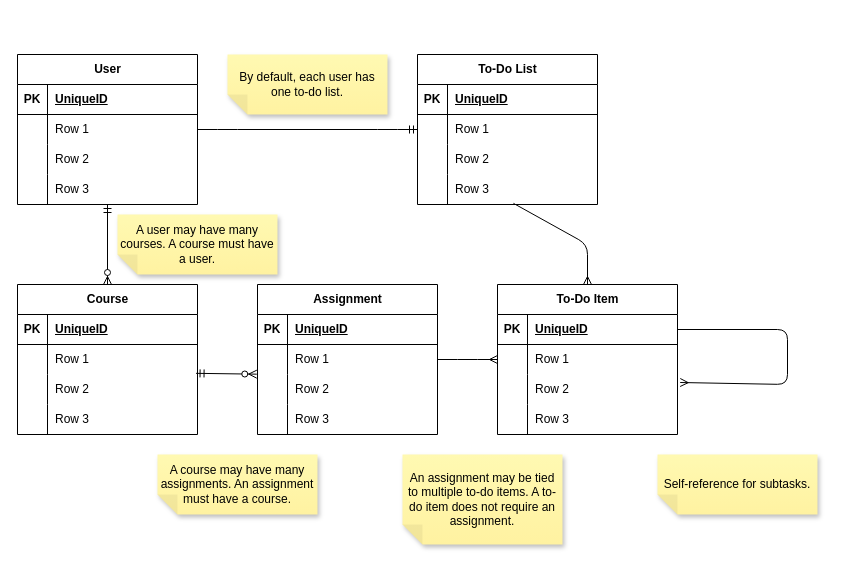
MateoTomaszeuski/Spring2025-FinalProject keeps this draw.io diagram as notion/cloud_mobile/planning/database.drawio. Above is the earlier version. Source tidied: cells renumbered, new cells numbered last; positions are measured from the earlier drawing's top-left corner, leaving out a move shared by most shapes. Both pictures are drawn from the tidied source at 100%, with x=0, y=0 at pixel (17, 54).
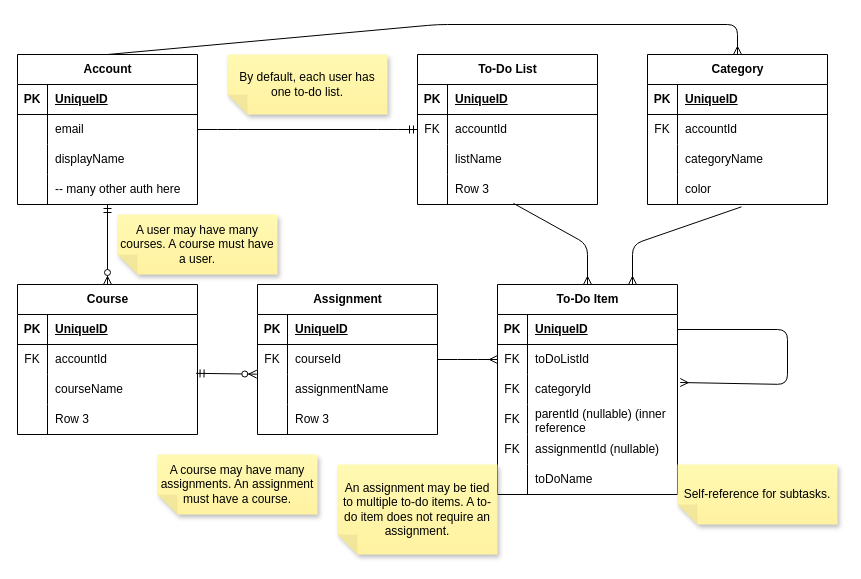
The same page after the edit.

The change refers to these unchanged cells:
```xml
<mxCell id="6" style="shape=tableRow;horizontal=0;startSize=0;swimlaneHead=0;swimlaneBody=0;fillColor=none;points=[[0,0.5],[1,0.5]];portConstraint=eastwest;top=0;left=0;right=0;bottom=0;" parent="2" vertex="1">
  <mxGeometry y="60" width="180" height="30" as="geometry" />
</mxCell>
<mxCell id="9" style="shape=tableRow;horizontal=0;startSize=0;swimlaneHead=0;swimlaneBody=0;fillColor=none;points=[[0,0.5],[1,0.5]];portConstraint=eastwest;top=0;left=0;right=0;bottom=0;" parent="2" vertex="1">
  <mxGeometry y="90" width="180" height="30" as="geometry" />
</mxCell>
<mxCell id="19" style="shape=tableRow;horizontal=0;startSize=0;swimlaneHead=0;swimlaneBody=0;fillColor=none;points=[[0,0.5],[1,0.5]];portConstraint=eastwest;top=0;left=0;right=0;bottom=0;" parent="15" vertex="1">
  <mxGeometry y="60" width="180" height="30" as="geometry" />
</mxCell>
<mxCell id="22" style="shape=tableRow;horizontal=0;startSize=0;swimlaneHead=0;swimlaneBody=0;fillColor=none;top=0;left=0;right=0;bottom=0;" parent="15" vertex="1">
  <mxGeometry y="90" width="180" height="30" as="geometry" />
</mxCell>
<mxCell id="25" style="shape=tableRow;horizontal=0;startSize=0;swimlaneHead=0;swimlaneBody=0;fillColor=none;points=[[0,0.5],[1,0.5]];portConstraint=eastwest;top=0;left=0;right=0;bottom=0;" parent="15" vertex="1">
  <mxGeometry y="120" width="180" height="30" as="geometry" />
</mxCell>
<mxCell id="32" style="shape=tableRow;horizontal=0;startSize=0;swimlaneHead=0;swimlaneBody=0;fillColor=none;points=[[0,0.5],[1,0.5]];portConstraint=eastwest;top=0;left=0;right=0;bottom=0;" parent="28" vertex="1">
  <mxGeometry y="60" width="180" height="30" as="geometry" />
</mxCell>
<mxCell id="35" style="shape=tableRow;horizontal=0;startSize=0;swimlaneHead=0;swimlaneBody=0;fillColor=none;top=0;left=0;right=0;bottom=0;" parent="28" vertex="1">
  <mxGeometry y="90" width="180" height="30" as="geometry" />
</mxCell>
<mxCell id="45" style="shape=tableRow;horizontal=0;startSize=0;swimlaneHead=0;swimlaneBody=0;fillColor=none;points=[[0,0.5],[1,0.5]];portConstraint=eastwest;top=0;left=0;right=0;bottom=0;" parent="41" vertex="1">
  <mxGeometry y="60" width="180" height="30" as="geometry" />
</mxCell>
<mxCell id="48" style="shape=tableRow;horizontal=0;startSize=0;swimlaneHead=0;swimlaneBody=0;fillColor=none;points=[[0,0.5],[1,0.5]];portConstraint=eastwest;top=0;left=0;right=0;bottom=0;" parent="41" vertex="1">
  <mxGeometry y="90" width="180" height="30" as="geometry" />
</mxCell>
<mxCell id="51" style="shape=tableRow;horizontal=0;startSize=0;swimlaneHead=0;swimlaneBody=0;fillColor=none;top=0;left=0;right=0;bottom=0;" parent="41" vertex="1">
  <mxGeometry y="120" width="180" height="30" as="geometry" />
</mxCell>
<mxCell id="59" style="shape=tableRow;horizontal=0;startSize=0;swimlaneHead=0;swimlaneBody=0;fillColor=none;points=[[0,0.5],[1,0.5]];portConstraint=eastwest;top=0;left=0;right=0;bottom=0;" parent="55" vertex="1">
  <mxGeometry y="60" width="180" height="30" as="geometry" />
</mxCell>
<mxCell id="62" style="shape=tableRow;horizontal=0;startSize=0;swimlaneHead=0;swimlaneBody=0;fillColor=none;top=0;left=0;right=0;bottom=0;" parent="55" vertex="1">
  <mxGeometry y="90" width="180" height="30" as="geometry" />
</mxCell>
```

The edit, as a diff of the source:
```diff
@@
-    <mxCell id="7" style="shape=partialRectangle;fillColor=none;top=0;left=0;bottom=0;right=0;overflow=hidden;whiteSpace=wrap;html=1;" parent="6" vertex="1">
+    <mxCell id="7" value="FK" style="shape=partialRectangle;fillColor=none;top=0;left=0;bottom=0;right=0;overflow=hidden;whiteSpace=wrap;html=1;" parent="6" vertex="1">
       <mxGeometry width="30" height="30" as="geometry" />
     </mxCell>
-    <mxCell id="8" value="Row 1" style="shape=partialRectangle;fillColor=none;top=0;left=0;bottom=0;right=0;align=left;spacingLeft=6;overflow=hidden;whiteSpace=wrap;html=1;" parent="6" vertex="1">
+    <mxCell id="8" value="courseId" style="shape=partialRectangle;fillColor=none;top=0;left=0;bottom=0;right=0;align=left;spacingLeft=6;overflow=hidden;whiteSpace=wrap;html=1;" parent="6" vertex="1">
       <mxGeometry x="30" width="150" height="30" as="geometry" />
     </mxCell>
@@
-    <mxCell id="11" value="Row 2" style="shape=partialRectangle;fillColor=none;top=0;left=0;bottom=0;right=0;align=left;spacingLeft=6;overflow=hidden;whiteSpace=wrap;html=1;" parent="9" vertex="1">
+    <mxCell id="11" value="assignmentName" style="shape=partialRectangle;fillColor=none;top=0;left=0;bottom=0;right=0;align=left;spacingLeft=6;overflow=hidden;whiteSpace=wrap;html=1;" parent="9" vertex="1">
       <mxGeometry x="30" width="150" height="30" as="geometry" />
     </mxCell>
@@
-    <mxCell id="15" value="User" style="shape=table;startSize=30;childLayout=tableLayout;rowLines=0;fontStyle=1;align=center;html=1;" parent="1" vertex="1">
+    <mxCell id="15" value="Account" style="shape=table;startSize=30;childLayout=tableLayout;rowLines=0;fontStyle=1;align=center;html=1;" parent="1" vertex="1">
       <mxGeometry width="180" height="150" as="geometry" />
     </mxCell>
@@
-    <mxCell id="21" value="Row 1" style="shape=partialRectangle;fillColor=none;top=0;left=0;bottom=0;right=0;align=left;spacingLeft=6;overflow=hidden;whiteSpace=wrap;html=1;" parent="19" vertex="1">
+    <mxCell id="21" value="email" style="shape=partialRectangle;fillColor=none;top=0;left=0;bottom=0;right=0;align=left;spacingLeft=6;overflow=hidden;whiteSpace=wrap;html=1;" parent="19" vertex="1">
       <mxGeometry x="30" width="150" height="30" as="geometry" />
     </mxCell>
@@
-    <mxCell id="24" value="Row 2" style="shape=partialRectangle;fillColor=none;top=0;left=0;bottom=0;right=0;align=left;spacingLeft=6;overflow=hidden;whiteSpace=wrap;html=1;" parent="22" vertex="1">
+    <mxCell id="24" value="displayName" style="shape=partialRectangle;fillColor=none;top=0;left=0;bottom=0;right=0;align=left;spacingLeft=6;overflow=hidden;whiteSpace=wrap;html=1;" parent="22" vertex="1">
       <mxGeometry x="30" width="150" height="30" as="geometry" />
     </mxCell>
@@
-    <mxCell id="27" value="Row 3" style="shape=partialRectangle;fillColor=none;top=0;left=0;bottom=0;right=0;align=left;spacingLeft=6;overflow=hidden;whiteSpace=wrap;html=1;" parent="25" vertex="1">
+    <mxCell id="27" value="-- many other auth here" style="shape=partialRectangle;fillColor=none;top=0;left=0;bottom=0;right=0;align=left;spacingLeft=6;overflow=hidden;whiteSpace=wrap;html=1;" parent="25" vertex="1">
       <mxGeometry x="30" width="150" height="30" as="geometry" />
     </mxCell>
@@
-    <mxCell id="33" style="shape=partialRectangle;fillColor=none;top=0;left=0;bottom=0;right=0;overflow=hidden;whiteSpace=wrap;html=1;" parent="32" vertex="1">
+    <mxCell id="33" value="FK" style="shape=partialRectangle;fillColor=none;top=0;left=0;bottom=0;right=0;overflow=hidden;whiteSpace=wrap;html=1;" parent="32" vertex="1">
       <mxGeometry width="30" height="30" as="geometry" />
     </mxCell>
-    <mxCell id="34" value="Row 1" style="shape=partialRectangle;fillColor=none;top=0;left=0;bottom=0;right=0;align=left;spacingLeft=6;overflow=hidden;whiteSpace=wrap;html=1;" parent="32" vertex="1">
+    <mxCell id="34" value="accountId" style="shape=partialRectangle;fillColor=none;top=0;left=0;bottom=0;right=0;align=left;spacingLeft=6;overflow=hidden;whiteSpace=wrap;html=1;" parent="32" vertex="1">
       <mxGeometry x="30" width="150" height="30" as="geometry" />
     </mxCell>
@@
-    <mxCell id="37" value="Row 2" style="shape=partialRectangle;fillColor=none;top=0;left=0;bottom=0;right=0;align=left;spacingLeft=6;overflow=hidden;whiteSpace=wrap;html=1;" parent="35" vertex="1">
+    <mxCell id="37" value="listName" style="shape=partialRectangle;fillColor=none;top=0;left=0;bottom=0;right=0;align=left;spacingLeft=6;overflow=hidden;whiteSpace=wrap;html=1;" parent="35" vertex="1">
       <mxGeometry x="30" width="150" height="30" as="geometry" />
     </mxCell>
@@
     <mxCell id="41" value="To-Do Item" style="shape=table;startSize=30;childLayout=tableLayout;rowLines=0;fontStyle=1;align=center;html=1;" parent="1" vertex="1">
-      <mxGeometry x="480" y="230" width="180" height="150" as="geometry" />
+      <mxGeometry x="480" y="230" width="180" height="210" as="geometry" />
     </mxCell>
@@
-    <mxCell id="46" style="shape=partialRectangle;fillColor=none;top=0;left=0;bottom=0;right=0;overflow=hidden;whiteSpace=wrap;html=1;" parent="45" vertex="1">
+    <mxCell id="46" value="FK" style="shape=partialRectangle;fillColor=none;top=0;left=0;bottom=0;right=0;overflow=hidden;whiteSpace=wrap;html=1;" parent="45" vertex="1">
       <mxGeometry width="30" height="30" as="geometry" />
     </mxCell>
-    <mxCell id="47" value="Row 1" style="shape=partialRectangle;fillColor=none;top=0;left=0;bottom=0;right=0;align=left;spacingLeft=6;overflow=hidden;whiteSpace=wrap;html=1;" parent="45" vertex="1">
+    <mxCell id="47" value="toDoListId" style="shape=partialRectangle;fillColor=none;top=0;left=0;bottom=0;right=0;align=left;spacingLeft=6;overflow=hidden;whiteSpace=wrap;html=1;" parent="45" vertex="1">
       <mxGeometry x="30" width="150" height="30" as="geometry" />
     </mxCell>
@@
-    <mxCell id="49" style="shape=partialRectangle;fillColor=none;top=0;left=0;bottom=0;right=0;overflow=hidden;whiteSpace=wrap;html=1;" parent="48" vertex="1">
+    <mxCell id="49" value="FK" style="shape=partialRectangle;fillColor=none;top=0;left=0;bottom=0;right=0;overflow=hidden;whiteSpace=wrap;html=1;" parent="48" vertex="1">
       <mxGeometry width="30" height="30" as="geometry" />
     </mxCell>
-    <mxCell id="50" value="Row 2" style="shape=partialRectangle;fillColor=none;top=0;left=0;bottom=0;right=0;align=left;spacingLeft=6;overflow=hidden;whiteSpace=wrap;html=1;" parent="48" vertex="1">
+    <mxCell id="50" value="categoryId" style="shape=partialRectangle;fillColor=none;top=0;left=0;bottom=0;right=0;align=left;spacingLeft=6;overflow=hidden;whiteSpace=wrap;html=1;" parent="48" vertex="1">
       <mxGeometry x="30" width="150" height="30" as="geometry" />
     </mxCell>
@@
-    <mxCell id="52" style="shape=partialRectangle;fillColor=none;top=0;left=0;bottom=0;right=0;overflow=hidden;whiteSpace=wrap;html=1;" parent="51" vertex="1">
+    <mxCell id="52" value="FK" style="shape=partialRectangle;fillColor=none;top=0;left=0;bottom=0;right=0;overflow=hidden;whiteSpace=wrap;html=1;" parent="51" vertex="1">
       <mxGeometry width="30" height="30" as="geometry" />
     </mxCell>
-    <mxCell id="53" value="Row 3" style="shape=partialRectangle;fillColor=none;top=0;left=0;bottom=0;right=0;align=left;spacingLeft=6;overflow=hidden;whiteSpace=wrap;html=1;" parent="51" vertex="1">
+    <mxCell id="53" value="parentId (nullable) (inner reference" style="shape=partialRectangle;fillColor=none;top=0;left=0;bottom=0;right=0;align=left;spacingLeft=6;overflow=hidden;whiteSpace=wrap;html=1;" parent="51" vertex="1">
       <mxGeometry x="30" width="150" height="30" as="geometry" />
     </mxCell>
@@
+    <mxCell id="78" style="shape=tableRow;horizontal=0;startSize=0;swimlaneHead=0;swimlaneBody=0;fillColor=none;top=0;left=0;right=0;bottom=0;" parent="41" vertex="1">
+      <mxGeometry y="150" width="180" height="30" as="geometry" />
+    </mxCell>
+    <mxCell id="79" value="FK" style="shape=partialRectangle;fillColor=none;top=0;left=0;bottom=0;right=0;overflow=hidden;whiteSpace=wrap;html=1;" parent="78" vertex="1">
+      <mxGeometry width="30" height="30" as="geometry" />
+    </mxCell>
+    <mxCell id="80" value="assignmentId (nullable)" style="shape=partialRectangle;fillColor=none;top=0;left=0;bottom=0;right=0;align=left;spacingLeft=6;overflow=hidden;whiteSpace=wrap;html=1;" parent="78" vertex="1">
+      <mxGeometry x="30" width="150" height="30" as="geometry" />
+    </mxCell>
+    <mxCell id="81" style="shape=tableRow;horizontal=0;startSize=0;swimlaneHead=0;swimlaneBody=0;fillColor=none;top=0;left=0;right=0;bottom=0;" parent="41" vertex="1">
+      <mxGeometry y="180" width="180" height="30" as="geometry" />
+    </mxCell>
+    <mxCell id="82" style="shape=partialRectangle;fillColor=none;top=0;left=0;bottom=0;right=0;overflow=hidden;whiteSpace=wrap;html=1;" parent="81" vertex="1">
+      <mxGeometry width="30" height="30" as="geometry" />
+    </mxCell>
+    <mxCell id="83" value="toDoName" style="shape=partialRectangle;fillColor=none;top=0;left=0;bottom=0;right=0;align=left;spacingLeft=6;overflow=hidden;whiteSpace=wrap;html=1;" parent="81" vertex="1">
+      <mxGeometry x="30" width="150" height="30" as="geometry" />
+    </mxCell>
@@
-    <mxCell id="60" style="shape=partialRectangle;fillColor=none;top=0;left=0;bottom=0;right=0;overflow=hidden;whiteSpace=wrap;html=1;" parent="59" vertex="1">
+    <mxCell id="60" value="FK" style="shape=partialRectangle;fillColor=none;top=0;left=0;bottom=0;right=0;overflow=hidden;whiteSpace=wrap;html=1;" parent="59" vertex="1">
       <mxGeometry width="30" height="30" as="geometry" />
     </mxCell>
-    <mxCell id="61" value="Row 1" style="shape=partialRectangle;fillColor=none;top=0;left=0;bottom=0;right=0;align=left;spacingLeft=6;overflow=hidden;whiteSpace=wrap;html=1;" parent="59" vertex="1">
+    <mxCell id="61" value="accountId" style="shape=partialRectangle;fillColor=none;top=0;left=0;bottom=0;right=0;align=left;spacingLeft=6;overflow=hidden;whiteSpace=wrap;html=1;" parent="59" vertex="1">
       <mxGeometry x="30" width="150" height="30" as="geometry" />
     </mxCell>
@@
-    <mxCell id="64" value="Row 2" style="shape=partialRectangle;fillColor=none;top=0;left=0;bottom=0;right=0;align=left;spacingLeft=6;overflow=hidden;whiteSpace=wrap;html=1;" parent="62" vertex="1">
+    <mxCell id="64" value="courseName" style="shape=partialRectangle;fillColor=none;top=0;left=0;bottom=0;right=0;align=left;spacingLeft=6;overflow=hidden;whiteSpace=wrap;html=1;" parent="62" vertex="1">
       <mxGeometry x="30" width="150" height="30" as="geometry" />
     </mxCell>
@@
     <mxCell id="75" value="An assignment may be tied to multiple to-do items. A to-do item does not require an assignment." style="shape=note;whiteSpace=wrap;html=1;backgroundOutline=1;fontColor=#000000;darkOpacity=0.05;fillColor=#FFF9B2;strokeColor=none;fillStyle=solid;direction=west;gradientDirection=north;gradientColor=#FFF2A1;shadow=1;size=20;" parent="1" vertex="1">
-      <mxGeometry x="385" y="400" width="160" height="90" as="geometry" />
+      <mxGeometry x="320" y="410" width="160" height="90" as="geometry" />
     </mxCell>
@@
     <mxCell id="77" value="Self-reference for subtasks." style="shape=note;whiteSpace=wrap;html=1;backgroundOutline=1;fontColor=#000000;darkOpacity=0.05;fillColor=#FFF9B2;strokeColor=none;fillStyle=solid;direction=west;gradientDirection=north;gradientColor=#FFF2A1;shadow=1;size=20;" parent="1" vertex="1">
-      <mxGeometry x="640" y="400" width="160" height="60" as="geometry" />
+      <mxGeometry x="660" y="410" width="160" height="60" as="geometry" />
     </mxCell>
+    <mxCell id="84" value="Category" style="shape=table;startSize=30;childLayout=tableLayout;rowLines=0;fontStyle=1;align=center;html=1;" parent="1" vertex="1">
+      <mxGeometry x="630" width="180" height="150" as="geometry" />
+    </mxCell>
+    <mxCell id="85" style="shape=tableRow;horizontal=0;startSize=0;swimlaneHead=0;swimlaneBody=0;fillColor=none;top=0;left=0;right=0;bottom=1;" parent="84" vertex="1">
+      <mxGeometry y="30" width="180" height="30" as="geometry" />
+    </mxCell>
+    <mxCell id="86" value="PK" style="shape=partialRectangle;fillColor=none;top=0;left=0;bottom=0;right=0;fontStyle=1;overflow=hidden;whiteSpace=wrap;html=1;" parent="85" vertex="1">
+      <mxGeometry width="30" height="30" as="geometry" />
+    </mxCell>
+    <mxCell id="87" value="UniqueID" style="shape=partialRectangle;fillColor=none;top=0;left=0;bottom=0;right=0;align=left;spacingLeft=6;fontStyle=5;overflow=hidden;whiteSpace=wrap;html=1;" parent="85" vertex="1">
+      <mxGeometry x="30" width="150" height="30" as="geometry" />
+    </mxCell>
+    <mxCell id="88" style="shape=tableRow;horizontal=0;startSize=0;swimlaneHead=0;swimlaneBody=0;fillColor=none;top=0;left=0;right=0;bottom=0;" parent="84" vertex="1">
+      <mxGeometry y="60" width="180" height="30" as="geometry" />
+    </mxCell>
+    <mxCell id="89" value="FK" style="shape=partialRectangle;fillColor=none;top=0;left=0;bottom=0;right=0;overflow=hidden;whiteSpace=wrap;html=1;" parent="88" vertex="1">
+      <mxGeometry width="30" height="30" as="geometry" />
+    </mxCell>
+    <mxCell id="90" value="&lt;span style=&quot;color: rgb(0, 0, 0);&quot;&gt;accountId&lt;/span&gt;" style="shape=partialRectangle;fillColor=none;top=0;left=0;bottom=0;right=0;align=left;spacingLeft=6;overflow=hidden;whiteSpace=wrap;html=1;" parent="88" vertex="1">
+      <mxGeometry x="30" width="150" height="30" as="geometry" />
+    </mxCell>
+    <mxCell id="91" style="shape=tableRow;horizontal=0;startSize=0;swimlaneHead=0;swimlaneBody=0;fillColor=none;top=0;left=0;right=0;bottom=0;" parent="84" vertex="1">
+      <mxGeometry y="90" width="180" height="30" as="geometry" />
+    </mxCell>
+    <mxCell id="92" style="shape=partialRectangle;fillColor=none;top=0;left=0;bottom=0;right=0;overflow=hidden;whiteSpace=wrap;html=1;" parent="91" vertex="1">
+      <mxGeometry width="30" height="30" as="geometry" />
+    </mxCell>
+    <mxCell id="93" value="categoryName" style="shape=partialRectangle;fillColor=none;top=0;left=0;bottom=0;right=0;align=left;spacingLeft=6;overflow=hidden;whiteSpace=wrap;html=1;" parent="91" vertex="1">
+      <mxGeometry x="30" width="150" height="30" as="geometry" />
+    </mxCell>
+    <mxCell id="94" style="shape=tableRow;horizontal=0;startSize=0;swimlaneHead=0;swimlaneBody=0;fillColor=none;points=[[0,0.5],[1,0.5]];portConstraint=eastwest;top=0;left=0;right=0;bottom=0;" parent="84" vertex="1">
+      <mxGeometry y="120" width="180" height="30" as="geometry" />
+    </mxCell>
+    <mxCell id="95" style="shape=partialRectangle;fillColor=none;top=0;left=0;bottom=0;right=0;overflow=hidden;whiteSpace=wrap;html=1;" parent="94" vertex="1">
+      <mxGeometry width="30" height="30" as="geometry" />
+    </mxCell>
+    <mxCell id="96" value="color" style="shape=partialRectangle;fillColor=none;top=0;left=0;bottom=0;right=0;align=left;spacingLeft=6;overflow=hidden;whiteSpace=wrap;html=1;" parent="94" vertex="1">
+      <mxGeometry x="30" width="150" height="30" as="geometry" />
+    </mxCell>
+    <mxCell id="97" style="fontSize=12;html=1;endArrow=ERmany;exitX=0.5;exitY=0;exitDx=0;exitDy=0;entryX=0.5;entryY=0;entryDx=0;entryDy=0;" parent="1" edge="1" source="15" target="84">
+      <mxGeometry relative="1" as="geometry">
+        <Array as="points">
+          <mxPoint x="420" y="-30" />
+          <mxPoint x="720" y="-30" />
+        </Array>
+      </mxGeometry>
+    </mxCell>
+    <mxCell id="98" style="fontSize=12;html=1;endArrow=ERmany;exitX=0.522;exitY=1.078;exitDx=0;exitDy=0;exitPerimeter=0;entryX=0.75;entryY=0;entryDx=0;entryDy=0;" parent="1" edge="1" source="94" target="41">
+      <mxGeometry relative="1" as="geometry">
+        <Array as="points">
+          <mxPoint x="615" y="190" />
+        </Array>
+      </mxGeometry>
+    </mxCell>
```
